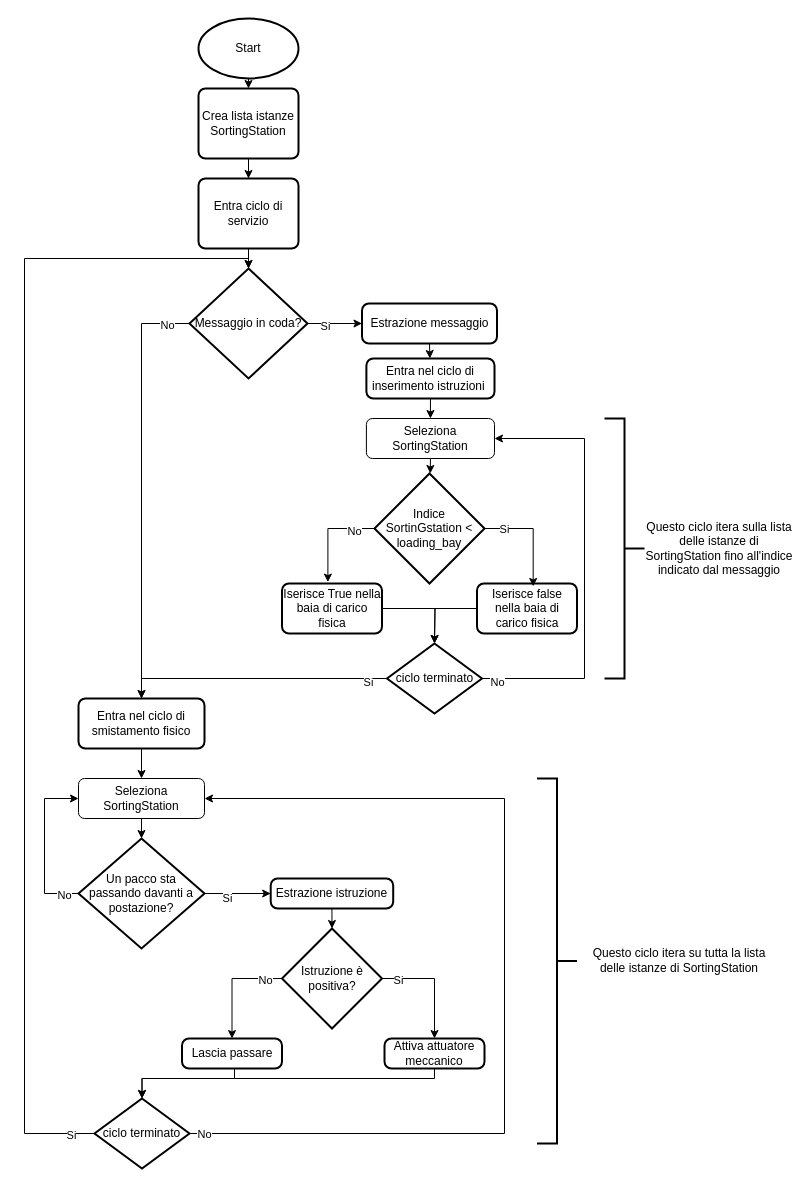
Above: relazione/SchemiDrawio/thread_smistamento_fisico.drawio in Scaini99/Progetto_IOT (draw.io), before the change. Source tidied: cells renumbered, new cells numbered last; positions are measured from the earlier drawing's top-left corner, leaving out a move shared by most shapes. Both pictures are drawn from the tidied source at 100%, with x=0, y=0 at pixel (24, 18).
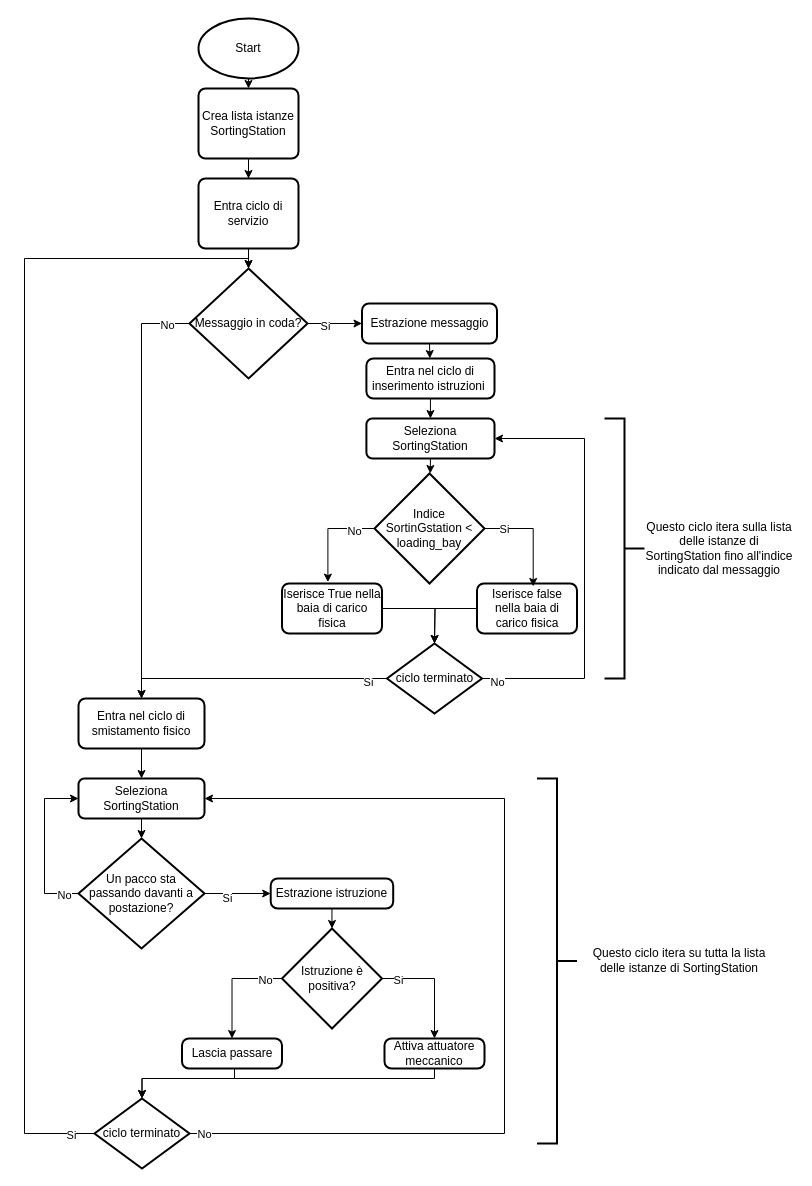
The same page after the edit.

Commit message:
miglioramenti schema

Change to the diagram source:
```diff
@@
-    <mxCell id="52" value="Seleziona SortingStation" style="rounded=1;whiteSpace=wrap;html=1;" parent="1" vertex="1">
+    <mxCell id="52" value="Seleziona SortingStation" style="rounded=1;whiteSpace=wrap;html=1;strokeWidth=2;" parent="1" vertex="1">
       <mxGeometry x="341.9" y="400" width="128.1" height="40" as="geometry" />
     </mxCell>
@@
-    <mxCell id="58" value="Seleziona SortingStation" style="rounded=1;whiteSpace=wrap;html=1;" parent="1" vertex="1">
+    <mxCell id="58" value="Seleziona SortingStation" style="rounded=1;whiteSpace=wrap;html=1;strokeWidth=2;" parent="1" vertex="1">
       <mxGeometry x="54" y="760" width="126" height="40" as="geometry" />
     </mxCell>
```
